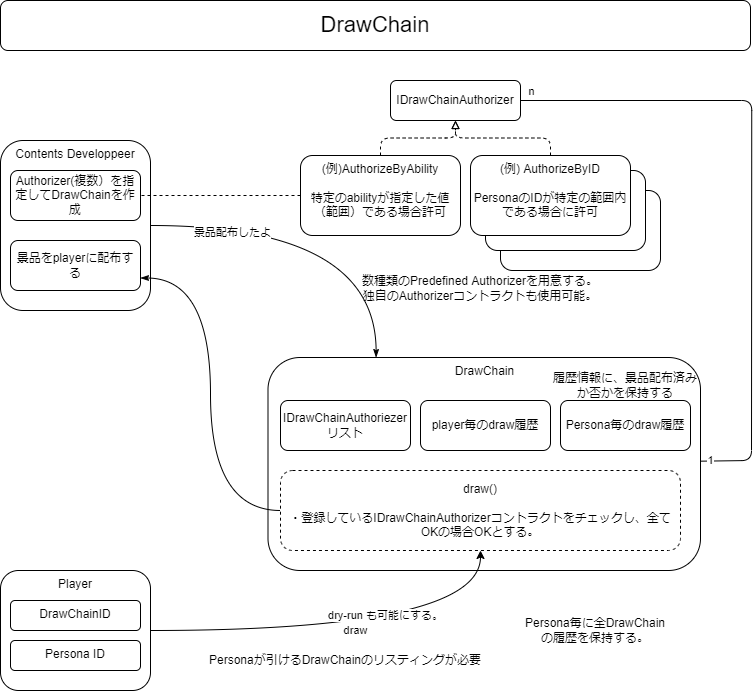
Above: source/img/PERSONA/DrawChain.png in Orange-Code-Project/anicana-docs (draw.io), before the change. Source tidied: cells renumbered, new cells last; positions are measured from the earlier drawing's top-left corner, leaving out a move shared by most shapes.
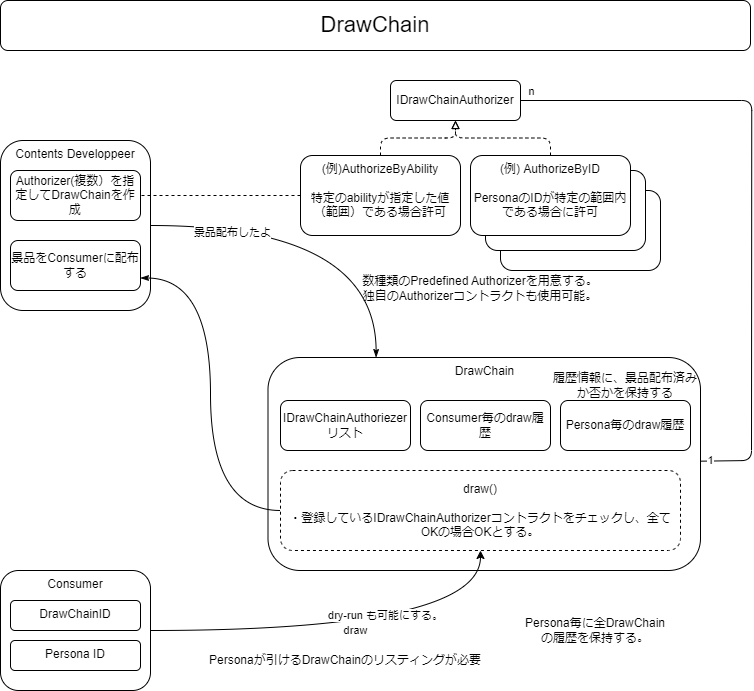
The same file after the commit.

Change to the diagram source:
```diff
@@ -8,7 +8,7 @@
     <mxCell id="3" style="rounded=1;whiteSpace=wrap;html=1;verticalAlign=top;" parent="1" vertex="1">
       <mxGeometry x="485" y="170" width="160" height="80" as="geometry" />
     </mxCell>
-    <mxCell id="4" value="Player" style="rounded=1;whiteSpace=wrap;html=1;verticalAlign=top;" parent="1" vertex="1">
+    <mxCell id="4" value="Consumer" style="rounded=1;whiteSpace=wrap;html=1;verticalAlign=top;" parent="1" vertex="1">
       <mxGeometry y="570" width="150" height="120" as="geometry" />
     </mxCell>
     <mxCell id="5" value="1" style="edgeStyle=none;html=1;endArrow=none;endFill=0;entryX=0.933;entryY=0.5;entryDx=0;entryDy=0;entryPerimeter=0;" parent="1" edge="1" source="7" target="9">
@@ -48,7 +48,7 @@
     <mxCell id="14" value="Authorizer(複数）を指定してDrawChainを作成" style="rounded=1;whiteSpace=wrap;html=1;" parent="12" vertex="1">
       <mxGeometry x="10" y="30" width="130" height="50" as="geometry" />
     </mxCell>
-    <mxCell id="15" value="景品をplayerに配布する" style="rounded=1;whiteSpace=wrap;html=1;" parent="12" vertex="1">
+    <mxCell id="15" value="景品をConsumerに配布する" style="rounded=1;whiteSpace=wrap;html=1;" parent="12" vertex="1">
       <mxGeometry x="10" y="100" width="130" height="50" as="geometry" />
     </mxCell>
     <mxCell id="16" style="edgeStyle=orthogonalEdgeStyle;html=1;dashed=1;endArrow=block;endFill=0;" parent="1" edge="1" source="17" target="9">
@@ -86,7 +86,7 @@
     <mxCell id="26" value="IDrawChainAuthoriezerリスト" style="rounded=1;whiteSpace=wrap;html=1;" parent="1" vertex="1">
       <mxGeometry x="280" y="400" width="130" height="50" as="geometry" />
     </mxCell>
-    <mxCell id="27" value="player毎のdraw履歴" style="rounded=1;whiteSpace=wrap;html=1;" parent="1" vertex="1">
+    <mxCell id="27" value="Consumer毎のdraw履歴" style="rounded=1;whiteSpace=wrap;html=1;" parent="1" vertex="1">
       <mxGeometry x="420" y="400" width="130" height="50" as="geometry" />
     </mxCell>
     <mxCell id="28" value="Persona毎のdraw履歴" style="rounded=1;whiteSpace=wrap;html=1;" parent="1" vertex="1">
```
